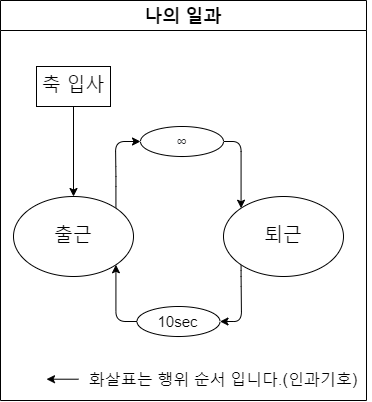
DualsoftDev/ds keeps this draw.io diagram as MySystem/png/my1.dio.png. Above is the earlier version. Source tidied: cells renumbered, new cells last; positions are measured from the earlier drawing's top-left corner, leaving out a move shared by most shapes.
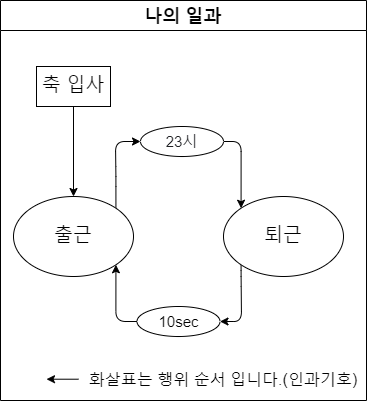
Later version of the same file.

What changed in the source:
```diff
@@ -36,7 +36,7 @@
     <mxCell id="9" style="edgeStyle=orthogonalEdgeStyle;html=1;exitX=0.5;exitY=1;exitDx=0;exitDy=0;fontSize=18;startArrow=none;startFill=0;" parent="2" edge="1" source="12" target="4">
       <mxGeometry relative="1" as="geometry" />
     </mxCell>
-    <mxCell id="10" value="&lt;span style=&quot;color: rgb(32 , 33 , 36) ; font-family: &amp;#34;apple sd gothic neo&amp;#34; , &amp;#34;arial&amp;#34; , sans-serif ; font-size: 15px ; text-align: left&quot;&gt;∞&lt;/span&gt;" style="ellipse;whiteSpace=wrap;html=1;labelBackgroundColor=#FFFFFF;fontColor=none;fontSize=15;" parent="2" vertex="1">
+    <mxCell id="10" value="&lt;span style=&quot;color: rgb(32 , 33 , 36) ; font-family: &amp;#34;apple sd gothic neo&amp;#34; , &amp;#34;arial&amp;#34; , sans-serif ; font-size: 15px ; text-align: left&quot;&gt;23시&lt;/span&gt;" style="ellipse;whiteSpace=wrap;html=1;labelBackgroundColor=#FFFFFF;fontColor=none;fontSize=15;" parent="2" vertex="1">
       <mxGeometry x="140" y="126" width="83" height="30" as="geometry" />
     </mxCell>
     <mxCell id="11" value="&lt;div style=&quot;text-align: left ; font-size: 15px&quot;&gt;10sec&lt;/div&gt;" style="ellipse;whiteSpace=wrap;html=1;labelBackgroundColor=#FFFFFF;fontColor=none;fontSize=15;" parent="2" vertex="1">
```
